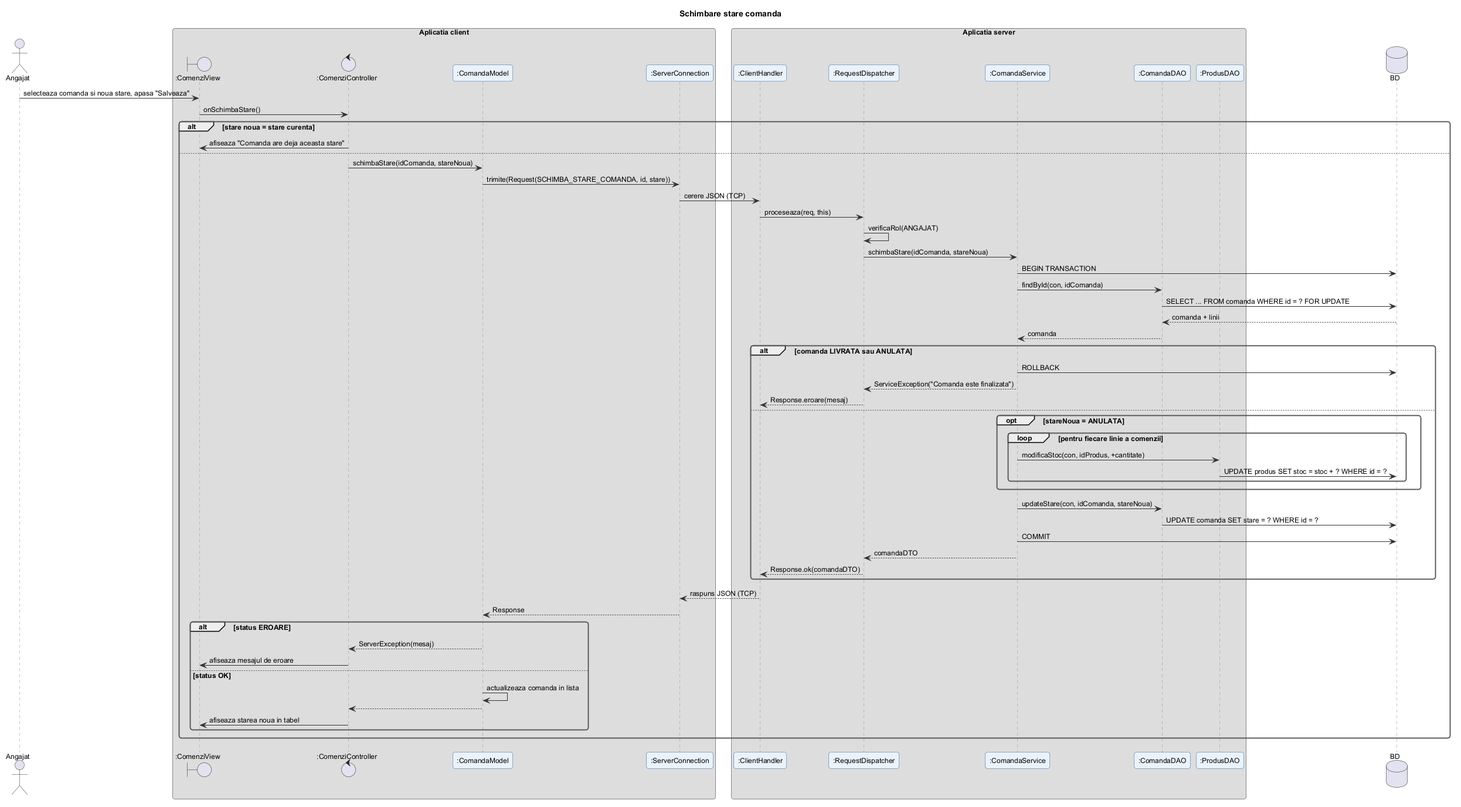
Before: docs/diagrame/6_secventa/schimbare_stare_comanda.png, a diagram exported from PlantUML (filip-eanu/ProiectIS).
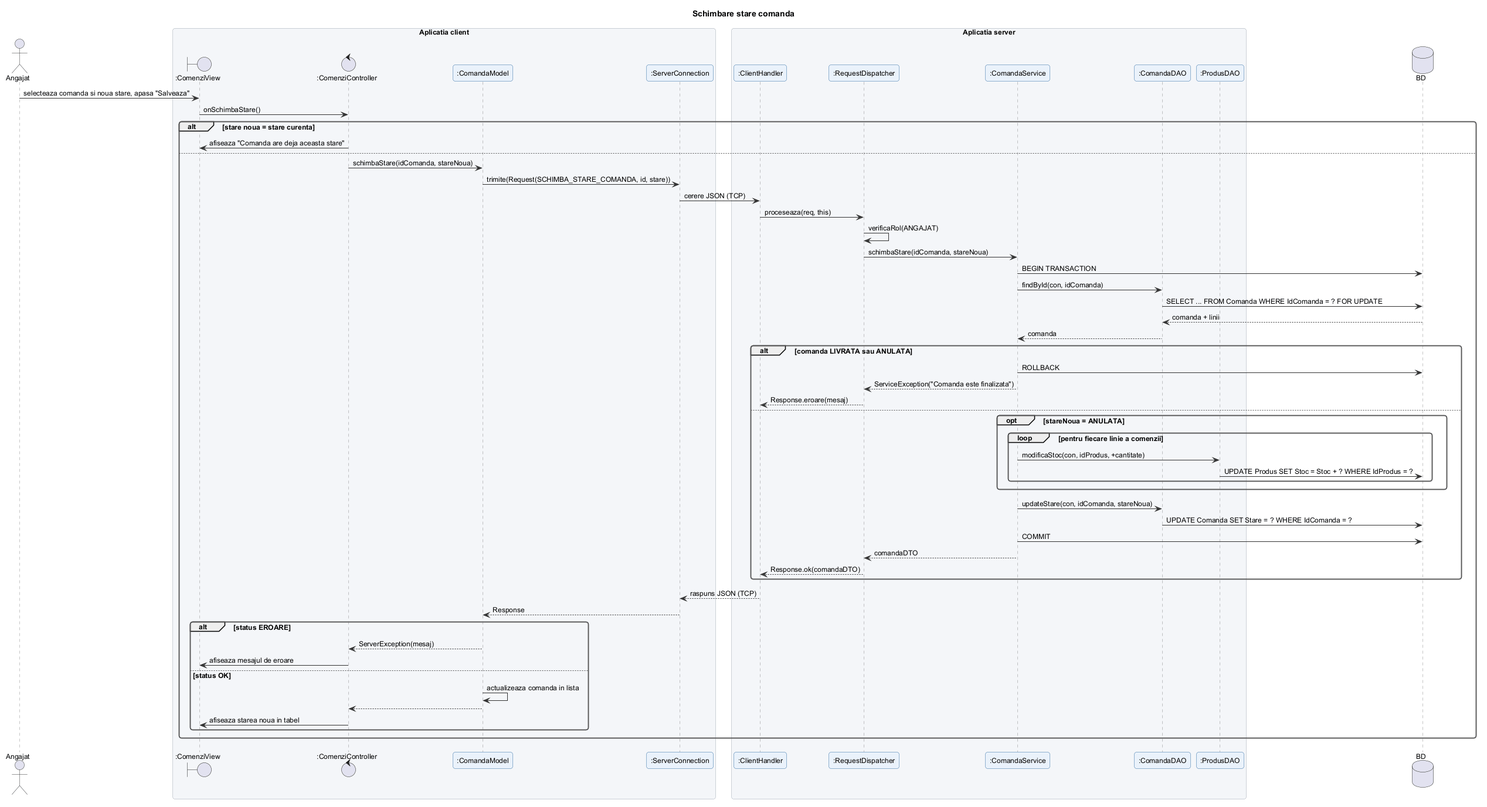
The same file after the commit.

The edit, as a diff of the source:
```diff
@@ -31,7 +31,7 @@
   RD -> S : schimbaStare(idComanda, stareNoua)
   S -> DB : BEGIN TRANSACTION
   S -> D : findById(con, idComanda)
-  D -> DB : SELECT ... FROM comanda WHERE id = ? FOR UPDATE
+  D -> DB : SELECT ... FROM Comanda WHERE IdComanda = ? FOR UPDATE
   DB --> D : comanda + linii
   D --> S : comanda
   alt comanda LIVRATA sau ANULATA
@@ -42,11 +42,11 @@
     opt stareNoua = ANULATA
       loop pentru fiecare linie a comenzii
         S -> PD : modificaStoc(con, idProdus, +cantitate)
-        PD -> DB : UPDATE produs SET stoc = stoc + ? WHERE id = ?
+        PD -> DB : UPDATE Produs SET Stoc = Stoc + ? WHERE IdProdus = ?
       end
     end
     S -> D : updateStare(con, idComanda, stareNoua)
-    D -> DB : UPDATE comanda SET stare = ? WHERE id = ?
+    D -> DB : UPDATE Comanda SET Stare = ? WHERE IdComanda = ?
     S -> DB : COMMIT
     S --> RD : comandaDTO
     RD --> CH : Response.ok(comandaDTO)
```
